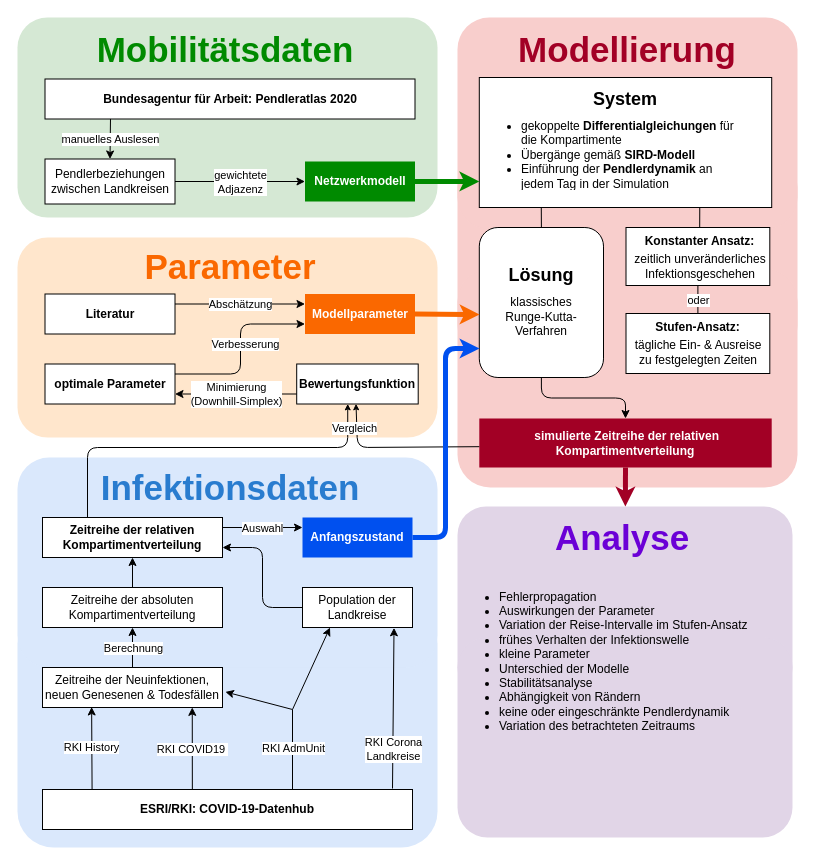
Above: Media/Flowchart.drawio in torbensun/Modeling-Of-Epidemics-With-Compartmental-And-Network-Models (draw.io), before the change. Source tidied: cells renumbered, new cells numbered last; positions are measured from the earlier drawing's top-left corner, leaving out a move shared by most shapes. Both pictures are drawn from the tidied source at 100%, with x=0, y=0 at pixel (17, 17).
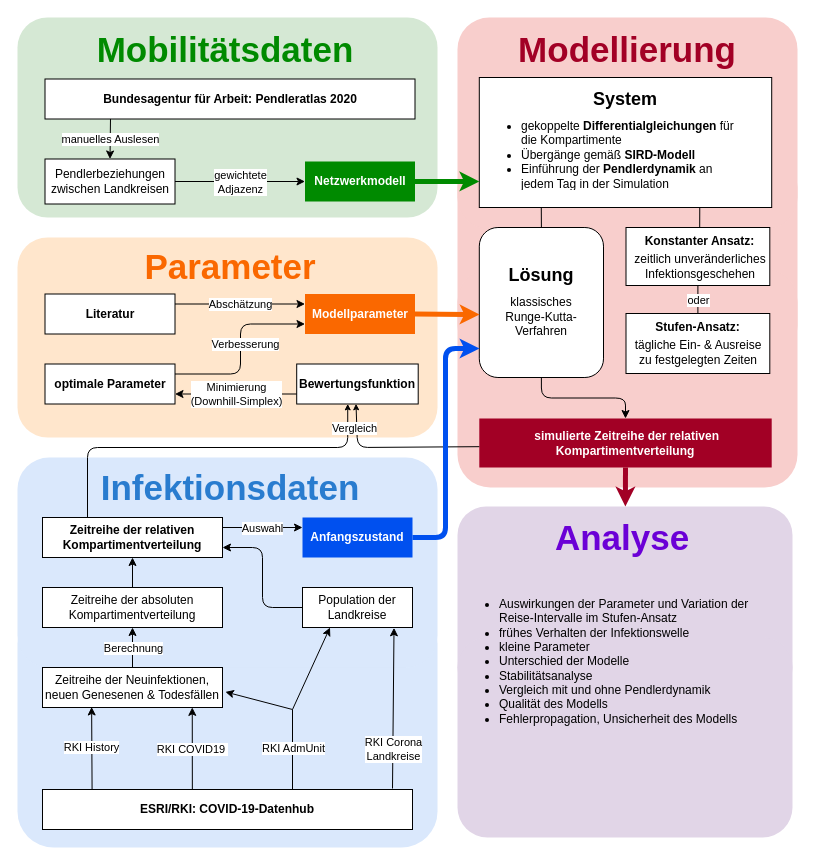
The same page after the edit.

Diff of the diagram source:
```diff
@@
-    <mxCell id="42" value="&lt;ul&gt;&lt;li&gt;Fehlerpropagation&lt;/li&gt;&lt;li&gt;Auswirkungen der Parameter&lt;/li&gt;&lt;li&gt;Variation der Reise-Intervalle im Stufen-Ansatz&lt;/li&gt;&lt;li&gt;frühes Verhalten der Infektionswelle&lt;/li&gt;&lt;li&gt;kleine Parameter&lt;/li&gt;&lt;li&gt;Unterschied der Modelle&lt;/li&gt;&lt;li&gt;Stabilitätsanalyse&lt;/li&gt;&lt;li&gt;Abhängigkeit von Rändern&lt;/li&gt;&lt;li&gt;keine oder eingeschränkte Pendlerdynamik&lt;/li&gt;&lt;li&gt;Variation des betrachteten Zeitraums&lt;/li&gt;&lt;/ul&gt;" style="text;strokeColor=none;fillColor=none;html=1;whiteSpace=wrap;verticalAlign=middle;overflow=hidden;fontSize=12;fontColor=#000000;" parent="1" vertex="1">
+    <mxCell id="42" value="&lt;ul&gt;&lt;li&gt;Auswirkungen der Parameter und Variation der Reise-Intervalle im Stufen-Ansatz&lt;/li&gt;&lt;li&gt;frühes Verhalten der Infektionswelle&lt;/li&gt;&lt;li&gt;kleine Parameter&lt;/li&gt;&lt;li&gt;Unterschied der Modelle&lt;/li&gt;&lt;li&gt;Stabilitätsanalyse&lt;/li&gt;&lt;li&gt;&lt;span&gt;Vergleich mit und ohne Pendlerdynamik&lt;/span&gt;&lt;br&gt;&lt;/li&gt;&lt;li&gt;Qualität des Modells&lt;/li&gt;&lt;li&gt;Fehlerpropagation, Unsicherheit des Modells&lt;/li&gt;&lt;/ul&gt;" style="text;strokeColor=none;fillColor=none;html=1;whiteSpace=wrap;verticalAlign=middle;overflow=hidden;fontSize=12;fontColor=#000000;" parent="1" vertex="1">
       <mxGeometry x="440" y="540" width="301" height="208" as="geometry" />
     </mxCell>
```
